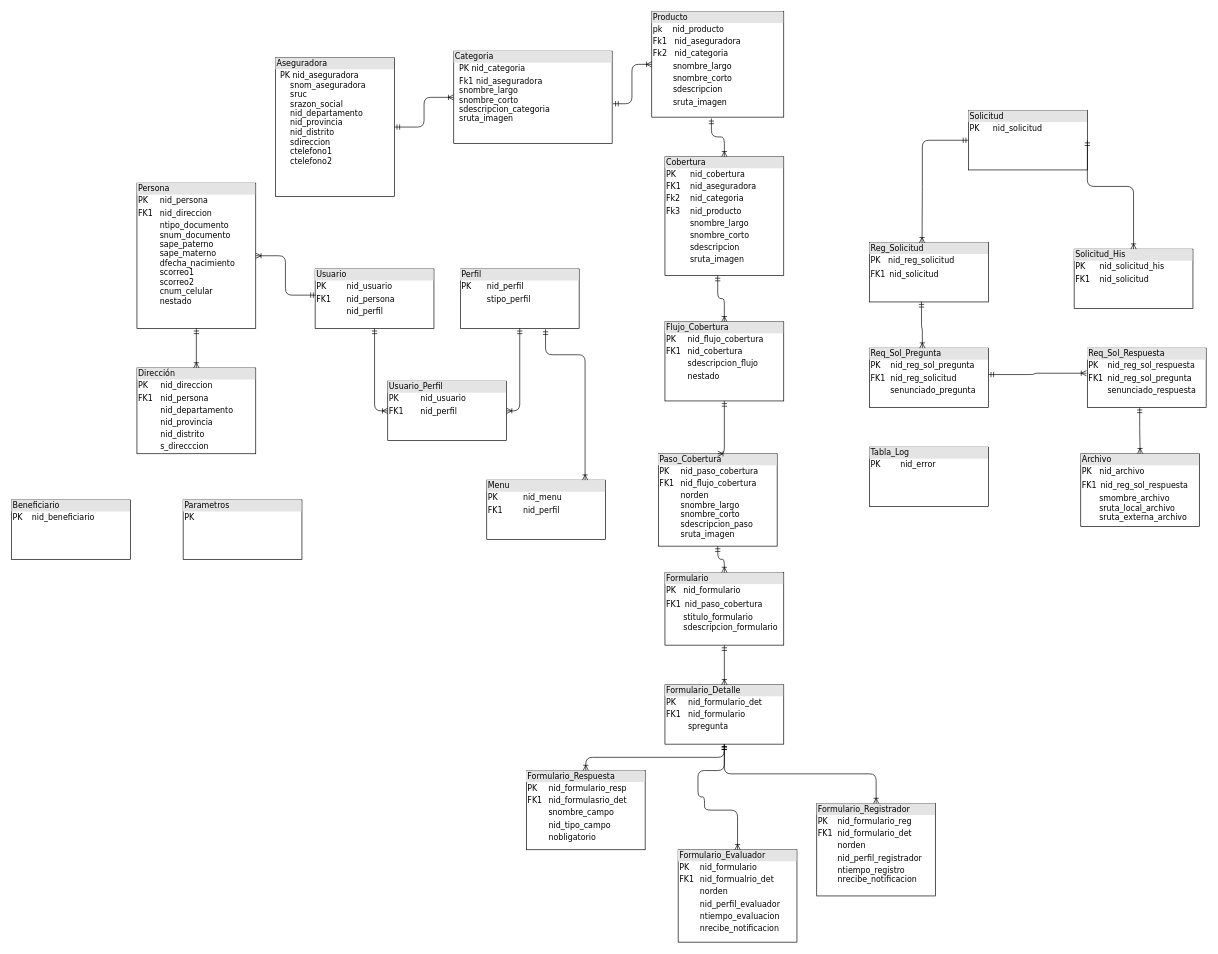
Earlier version of the draw.io diagram SINIESTROS/Diagrama sin título.drawio (alejandroarceefitec/EFICTEC). Source tidied: cells renumbered, new cells numbered last; positions are measured from the earlier drawing's top-left corner, leaving out a move shared by most shapes. Both pictures are drawn from the tidied source at 66%, with x=0, y=0 at pixel (11, 11).
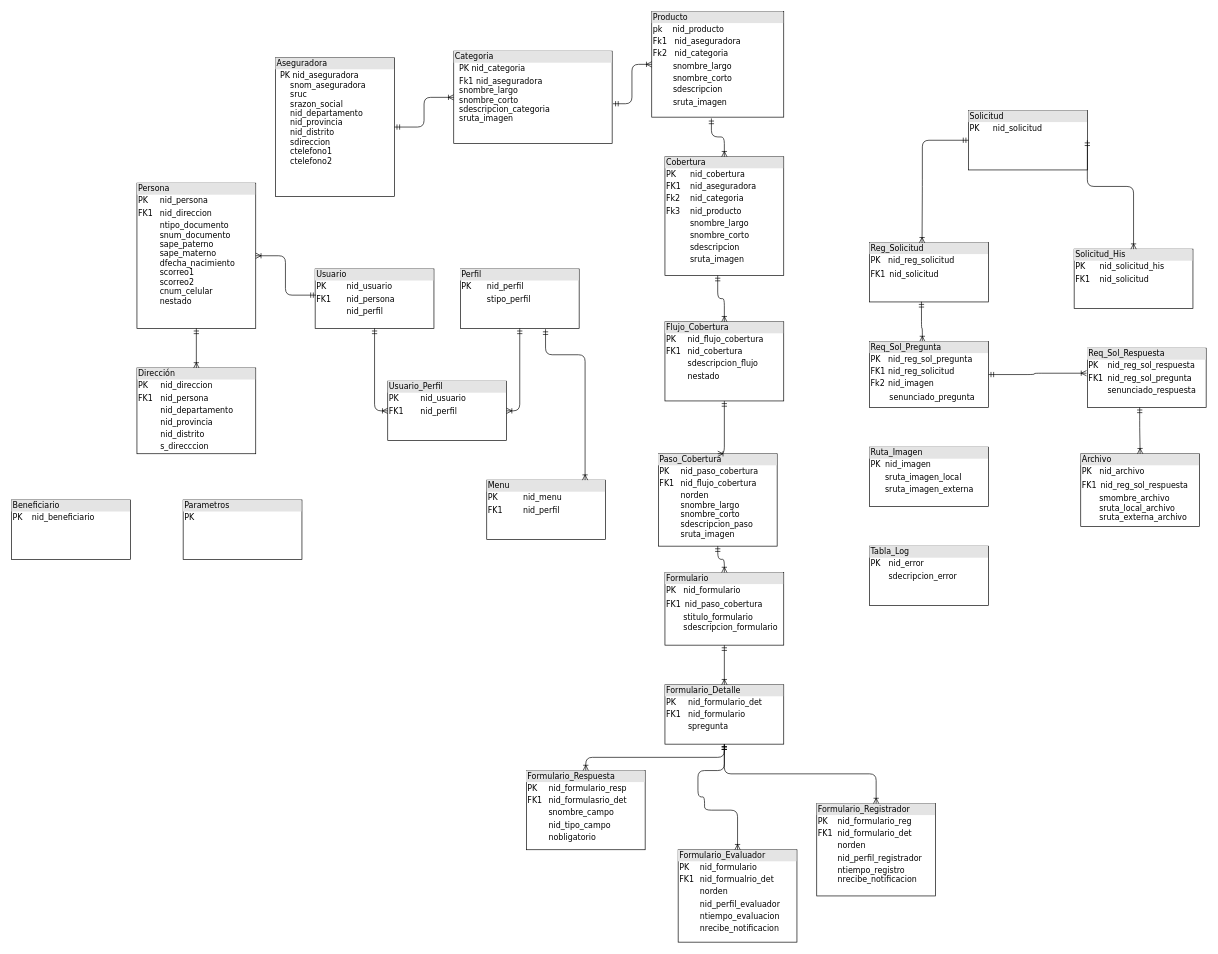
Above is the later version.

The change refers to these unchanged cells:
```xml
<mxCell id="6" value="&lt;div style=&quot;box-sizing: border-box ; width: 100% ; background: #e4e4e4 ; padding: 2px&quot;&gt;Reg_Solicitud&lt;/div&gt;&lt;table style=&quot;width: 100% ; font-size: 1em&quot; cellpadding=&quot;2&quot; cellspacing=&quot;0&quot;&gt;&lt;tbody&gt;&lt;tr&gt;&lt;td&gt;PK&lt;/td&gt;&lt;td&gt;nid_reg_solicitud&lt;/td&gt;&lt;/tr&gt;&lt;tr&gt;&lt;td&gt;FK1&lt;br&gt;&lt;/td&gt;&lt;td&gt;&lt;table cellpadding=&quot;2&quot; cellspacing=&quot;0&quot; style=&quot;font-size: 1em ; width: 179.2px&quot;&gt;&lt;tbody&gt;&lt;tr&gt;&lt;td&gt;nid_solicitud&lt;/td&gt;&lt;/tr&gt;&lt;tr&gt;&lt;/tr&gt;&lt;/tbody&gt;&lt;/table&gt;&lt;/td&gt;&lt;/tr&gt;&lt;tr&gt;&lt;td&gt;&lt;/td&gt;&lt;td&gt;&lt;br&gt;&lt;br&gt;&lt;/td&gt;&lt;/tr&gt;&lt;/tbody&gt;&lt;/table&gt;" style="verticalAlign=top;align=left;overflow=fill;html=1;rounded=0;shadow=0;comic=0;labelBackgroundColor=none;strokeWidth=1;fontFamily=Verdana;fontSize=12;" parent="1" vertex="1">
  <mxGeometry x="1300" y="350" width="180" height="90" as="geometry" />
</mxCell>
<mxCell id="24" value="&lt;div style=&quot;box-sizing: border-box ; width: 100% ; background: #e4e4e4 ; padding: 2px&quot;&gt;Req_Sol_Respuesta&lt;/div&gt;&lt;table style=&quot;width: 100% ; font-size: 1em&quot; cellpadding=&quot;2&quot; cellspacing=&quot;0&quot;&gt;&lt;tbody&gt;&lt;tr&gt;&lt;td&gt;PK&lt;/td&gt;&lt;td&gt;nid_reg_sol_respuesta&lt;/td&gt;&lt;/tr&gt;&lt;tr&gt;&lt;td&gt;FK1&lt;/td&gt;&lt;td&gt;nid_reg_sol_pregunta&lt;br&gt;&lt;/td&gt;&lt;/tr&gt;&lt;tr&gt;&lt;td&gt;&lt;/td&gt;&lt;td&gt;senunciado_respuesta&lt;br&gt;&lt;/td&gt;&lt;/tr&gt;&lt;/tbody&gt;&lt;/table&gt;" style="verticalAlign=top;align=left;overflow=fill;html=1;rounded=0;shadow=0;comic=0;labelBackgroundColor=none;strokeWidth=1;fontFamily=Verdana;fontSize=12;" parent="1" vertex="1">
  <mxGeometry x="1630" y="510" width="180" height="90" as="geometry" />
</mxCell>
```

Change to the diagram source:
```diff
@@
-    <mxCell id="23" value="&lt;div style=&quot;box-sizing: border-box ; width: 100% ; background: #e4e4e4 ; padding: 2px&quot;&gt;Tabla_Log&lt;/div&gt;&lt;table style=&quot;width: 100% ; font-size: 1em&quot; cellpadding=&quot;2&quot; cellspacing=&quot;0&quot;&gt;&lt;tbody&gt;&lt;tr&gt;&lt;td&gt;PK&lt;/td&gt;&lt;td&gt;nid_error&lt;/td&gt;&lt;/tr&gt;&lt;tr&gt;&lt;td&gt;&lt;br&gt;&lt;/td&gt;&lt;td&gt;&lt;br&gt;&lt;/td&gt;&lt;/tr&gt;&lt;tr&gt;&lt;td&gt;&lt;/td&gt;&lt;td&gt;&lt;br&gt;&lt;/td&gt;&lt;/tr&gt;&lt;/tbody&gt;&lt;/table&gt;" style="verticalAlign=top;align=left;overflow=fill;html=1;rounded=0;shadow=0;comic=0;labelBackgroundColor=none;strokeWidth=1;fontFamily=Verdana;fontSize=12;" parent="1" vertex="1">
-      <mxGeometry x="1300" y="660" width="180" height="90" as="geometry" />
+    <mxCell id="23" value="&lt;div style=&quot;box-sizing: border-box ; width: 100% ; background: #e4e4e4 ; padding: 2px&quot;&gt;Tabla_Log&lt;/div&gt;&lt;table style=&quot;width: 100% ; font-size: 1em&quot; cellpadding=&quot;2&quot; cellspacing=&quot;0&quot;&gt;&lt;tbody&gt;&lt;tr&gt;&lt;td&gt;PK&lt;/td&gt;&lt;td&gt;nid_error&lt;/td&gt;&lt;/tr&gt;&lt;tr&gt;&lt;td&gt;&lt;br&gt;&lt;/td&gt;&lt;td&gt;sdecripcion_error&lt;br&gt;&lt;/td&gt;&lt;/tr&gt;&lt;tr&gt;&lt;td&gt;&lt;/td&gt;&lt;td&gt;&lt;br&gt;&lt;/td&gt;&lt;/tr&gt;&lt;/tbody&gt;&lt;/table&gt;" style="verticalAlign=top;align=left;overflow=fill;html=1;rounded=0;shadow=0;comic=0;labelBackgroundColor=none;strokeWidth=1;fontFamily=Verdana;fontSize=12;" parent="1" vertex="1">
+      <mxGeometry x="1300" y="810" width="180" height="90" as="geometry" />
     </mxCell>
@@
-    <mxCell id="25" value="&lt;div style=&quot;box-sizing: border-box ; width: 100% ; background: #e4e4e4 ; padding: 2px&quot;&gt;Req_Sol_Pregunta&lt;/div&gt;&lt;table style=&quot;width: 100% ; font-size: 1em&quot; cellpadding=&quot;2&quot; cellspacing=&quot;0&quot;&gt;&lt;tbody&gt;&lt;tr&gt;&lt;td&gt;PK&lt;/td&gt;&lt;td&gt;nid_reg_sol_pregunta&lt;/td&gt;&lt;/tr&gt;&lt;tr&gt;&lt;td&gt;FK1&lt;/td&gt;&lt;td&gt;nid_reg_solicitud&lt;/td&gt;&lt;/tr&gt;&lt;tr&gt;&lt;td&gt;&lt;/td&gt;&lt;td&gt;senunciado_pregunta&lt;br&gt;&lt;/td&gt;&lt;/tr&gt;&lt;/tbody&gt;&lt;/table&gt;" style="verticalAlign=top;align=left;overflow=fill;html=1;rounded=0;shadow=0;comic=0;labelBackgroundColor=none;strokeWidth=1;fontFamily=Verdana;fontSize=12;" parent="1" vertex="1">
-      <mxGeometry x="1300" y="510" width="180" height="90" as="geometry" />
-    </mxCell>
@@
-    <mxCell id="43" style="edgeStyle=orthogonalEdgeStyle;html=1;endArrow=ERoneToMany;startArrow=ERmandOne;labelBackgroundColor=none;fontFamily=Verdana;fontSize=12;align=left;entryX=-0.007;entryY=0.422;entryDx=0;entryDy=0;entryPerimeter=0;" parent="1" edge="1" source="25" target="24">
+    <mxCell id="43" style="edgeStyle=orthogonalEdgeStyle;html=1;endArrow=ERoneToMany;startArrow=ERmandOne;labelBackgroundColor=none;fontFamily=Verdana;fontSize=12;align=left;entryX=-0.007;entryY=0.422;entryDx=0;entryDy=0;entryPerimeter=0;" parent="1" edge="1" source="49" target="24">
       <mxGeometry relative="1" as="geometry">
         <Array as="points">
+          <mxPoint x="1480" y="550" />
           <mxPoint x="1550" y="550" />
           <mxPoint x="1550" y="548" />
         </Array>
       </mxGeometry>
     </mxCell>
-    <mxCell id="44" style="edgeStyle=orthogonalEdgeStyle;html=1;endArrow=ERoneToMany;startArrow=ERmandOne;labelBackgroundColor=none;fontFamily=Verdana;fontSize=12;align=left;exitX=0.437;exitY=0.997;exitDx=0;exitDy=0;exitPerimeter=0;" parent="1" edge="1" source="6" target="25">
+    <mxCell id="44" style="edgeStyle=orthogonalEdgeStyle;html=1;endArrow=ERoneToMany;startArrow=ERmandOne;labelBackgroundColor=none;fontFamily=Verdana;fontSize=12;align=left;exitX=0.437;exitY=0.997;exitDx=0;exitDy=0;exitPerimeter=0;" parent="1" edge="1" source="6" target="49">
       <mxGeometry relative="1" as="geometry">
         <Array as="points">
           <mxPoint x="1379" y="480" />
           <mxPoint x="1380" y="480" />
         </Array>
       </mxGeometry>
     </mxCell>
@@
+    <mxCell id="48" value="&lt;div style=&quot;box-sizing: border-box ; width: 100% ; background: #e4e4e4 ; padding: 2px&quot;&gt;Ruta_Imagen&lt;/div&gt;&lt;table style=&quot;width: 100% ; font-size: 1em&quot; cellpadding=&quot;2&quot; cellspacing=&quot;0&quot;&gt;&lt;tbody&gt;&lt;tr&gt;&lt;td&gt;PK&lt;/td&gt;&lt;td&gt;nid_imagen&lt;/td&gt;&lt;/tr&gt;&lt;tr&gt;&lt;td&gt;&lt;br&gt;&lt;/td&gt;&lt;td&gt;sruta_imagen_local&lt;br&gt;&lt;/td&gt;&lt;/tr&gt;&lt;tr&gt;&lt;td&gt;&lt;/td&gt;&lt;td&gt;sruta_imagen_externa&lt;br&gt;&lt;/td&gt;&lt;/tr&gt;&lt;/tbody&gt;&lt;/table&gt;" style="verticalAlign=top;align=left;overflow=fill;html=1;rounded=0;shadow=0;comic=0;labelBackgroundColor=none;strokeWidth=1;fontFamily=Verdana;fontSize=12;" parent="1" vertex="1">
+      <mxGeometry x="1300" y="660" width="180" height="90" as="geometry" />
+    </mxCell>
+    <mxCell id="49" value="&lt;div style=&quot;box-sizing: border-box ; width: 100% ; background: #e4e4e4 ; padding: 2px&quot;&gt;Req_Sol_Pregunta&lt;br&gt;&lt;/div&gt;&lt;table style=&quot;width: 100% ; font-size: 1em&quot; cellpadding=&quot;2&quot; cellspacing=&quot;0&quot;&gt;&lt;tbody&gt;&lt;tr&gt;&lt;td&gt;PK&lt;/td&gt;&lt;td&gt;nid_reg_sol_pregunta&lt;/td&gt;&lt;/tr&gt;&lt;tr&gt;&lt;td&gt;FK1&lt;/td&gt;&lt;td&gt;nid_reg_solicitud&lt;/td&gt;&lt;/tr&gt;&lt;tr&gt;&lt;td&gt;Fk2&lt;/td&gt;&lt;td&gt;nid_imagen&lt;/td&gt;&lt;/tr&gt;&lt;tr&gt;&lt;td&gt;&lt;br&gt;&lt;/td&gt;&lt;td&gt;&lt;table cellpadding=&quot;2&quot; cellspacing=&quot;0&quot; style=&quot;font-size: 1em ; width: 179.2px&quot;&gt;&lt;tbody&gt;&lt;tr&gt;&lt;td&gt;senunciado_pregunta&lt;br&gt;&lt;/td&gt;&lt;/tr&gt;&lt;tr&gt;&lt;/tr&gt;&lt;/tbody&gt;&lt;/table&gt;&lt;br&gt;&lt;/td&gt;&lt;/tr&gt;&lt;tr&gt;&lt;td&gt;&lt;br&gt;&lt;/td&gt;&lt;td&gt;&lt;br&gt;&lt;/td&gt;&lt;/tr&gt;&lt;/tbody&gt;&lt;/table&gt;" style="verticalAlign=top;align=left;overflow=fill;html=1;rounded=0;shadow=0;comic=0;labelBackgroundColor=none;strokeWidth=1;fontFamily=Verdana;fontSize=12;" parent="1" vertex="1">
+      <mxGeometry x="1300" y="500" width="180" height="100" as="geometry" />
+    </mxCell>
```
